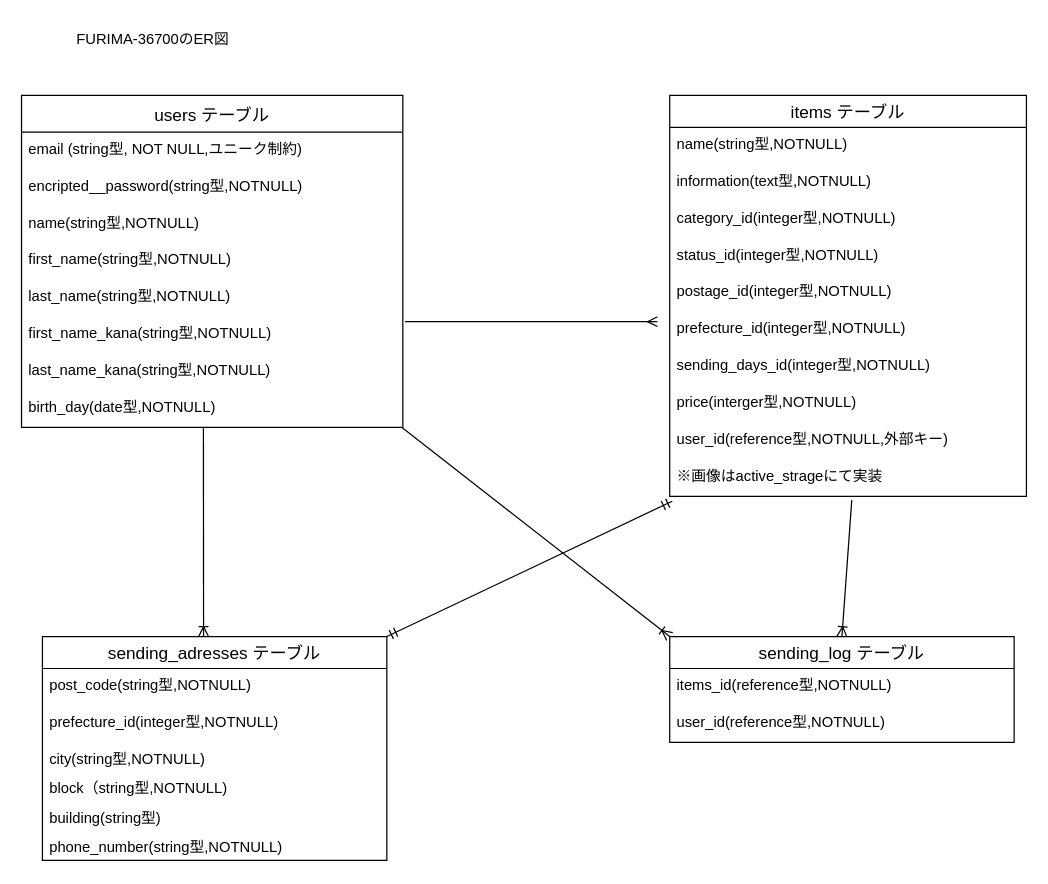
Before: datebase.dio in Takucap10/furima-36700, a draw.io diagram. Source tidied: cells renumbered, new cells numbered last; positions are measured from the earlier drawing's top-left corner, leaving out a move shared by most shapes. Both pictures are drawn from the tidied source at 123%, with x=0, y=0 at pixel (21, 21).
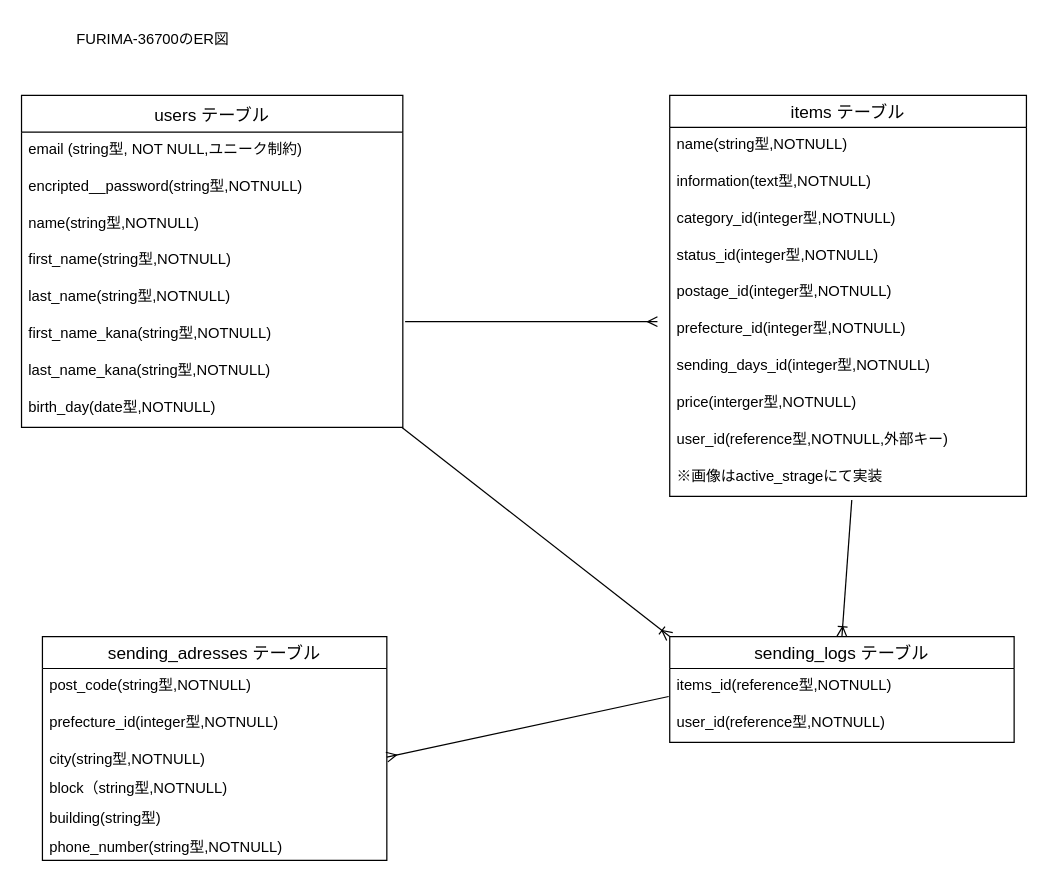
After the change.

Commit message (it also covers changes not shown here):
再修正データベース設計

The change refers to these unchanged cells:
```xml
<mxCell id="10" value="birth_day(date型,NOTNULL)" style="text;strokeColor=none;fillColor=none;spacingLeft=4;spacingRight=4;overflow=hidden;points=[[0,0.5],[1,0.5]];portConstraint=eastwest;fontSize=12;" parent="2" vertex="1">
  <mxGeometry y="240" width="310" height="30" as="geometry" />
</mxCell>
<mxCell id="22" value="※画像はactive_strageにて実装" style="text;strokeColor=none;fillColor=none;spacingLeft=4;spacingRight=4;overflow=hidden;points=[[0,0.5],[1,0.5]];portConstraint=eastwest;fontSize=12;" parent="12" vertex="1">
  <mxGeometry y="296" width="290" height="30" as="geometry" />
</mxCell>
<mxCell id="23" value="sending_adresses テーブル" style="swimlane;fontStyle=0;horizontal=1;startSize=26;align=center;fontSize=14;" parent="1" vertex="1">
  <mxGeometry x="17" y="500" width="280" height="182" as="geometry" />
</mxCell>
<mxCell id="26" value="city(string型,NOTNULL)" style="text;strokeColor=none;fillColor=none;spacingLeft=4;spacingRight=4;overflow=hidden;points=[[0,0.5],[1,0.5]];portConstraint=eastwest;fontSize=12;" parent="23" vertex="1">
  <mxGeometry y="86" width="280" height="24" as="geometry" />
</mxCell>
<mxCell id="34" value="items_id(reference型,NOTNULL)" style="text;strokeColor=none;fillColor=none;spacingLeft=4;spacingRight=4;overflow=hidden;points=[[0,0.5],[1,0.5]];portConstraint=eastwest;fontSize=12;" parent="33" vertex="1">
  <mxGeometry y="26" width="280" height="30" as="geometry" />
</mxCell>
```

The edit, as a diff of the source:
```diff
@@
-    <mxCell id="31" style="fontSize=12;html=1;endArrow=ERoneToMany;exitX=0.477;exitY=1;exitDx=0;exitDy=0;exitPerimeter=0;" parent="1" edge="1" source="10">
-      <mxGeometry relative="1" as="geometry">
-        <mxPoint x="148" y="500" as="targetPoint" />
-      </mxGeometry>
-    </mxCell>
-    <mxCell id="32" style="fontSize=12;html=1;endArrow=ERmandOne;startArrow=ERmandOne;entryX=0.007;entryY=1.133;entryDx=0;entryDy=0;entryPerimeter=0;exitX=1;exitY=0;exitDx=0;exitDy=0;" parent="1" edge="1" source="23" target="22">
-      <mxGeometry relative="1" as="geometry" />
-    </mxCell>
-    <mxCell id="33" value="sending_log テーブル" style="swimlane;fontStyle=0;horizontal=1;startSize=26;align=center;fontSize=14;" parent="1" vertex="1">
+    <mxCell id="33" value="sending_logs テーブル" style="swimlane;fontStyle=0;horizontal=1;startSize=26;align=center;fontSize=14;" parent="1" vertex="1">
       <mxGeometry x="527" y="500" width="280" height="86" as="geometry" />
     </mxCell>
@@
+    <mxCell id="38" style="fontSize=12;html=1;endArrow=ERmany;entryX=1;entryY=0.5;entryDx=0;entryDy=0;exitX=-0.003;exitY=0.759;exitDx=0;exitDy=0;exitPerimeter=0;" parent="1" edge="1" source="34" target="26">
+      <mxGeometry relative="1" as="geometry" />
+    </mxCell>
```
